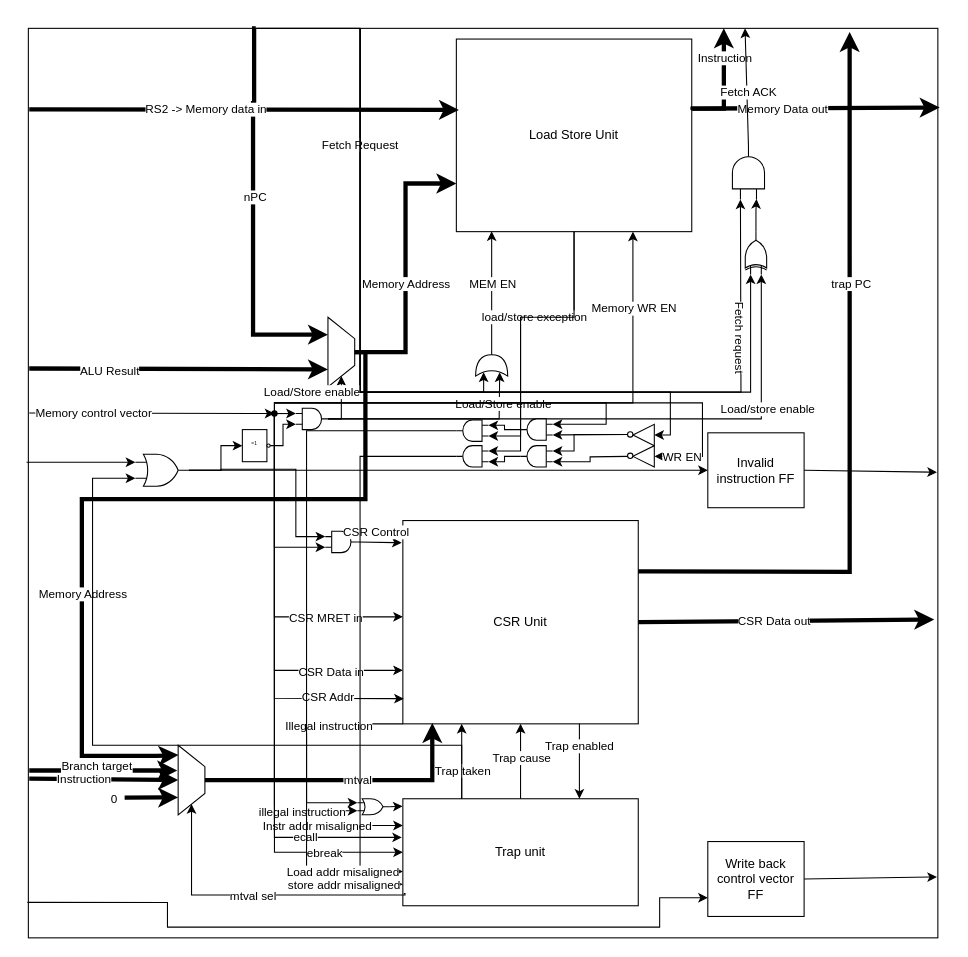
Earlier version of the draw.io diagram page "Memory stage" (5 of 6) of cpu/doc/block diagrams/pipeline stages.drawio (bittnert/icebreaker). Source tidied: cells renumbered, new cells numbered last; positions are measured from the earlier drawing's top-left corner, leaving out a move shared by most shapes. Both pictures are drawn from the tidied source at 107%, with x=0, y=0 at pixel (28, 28).
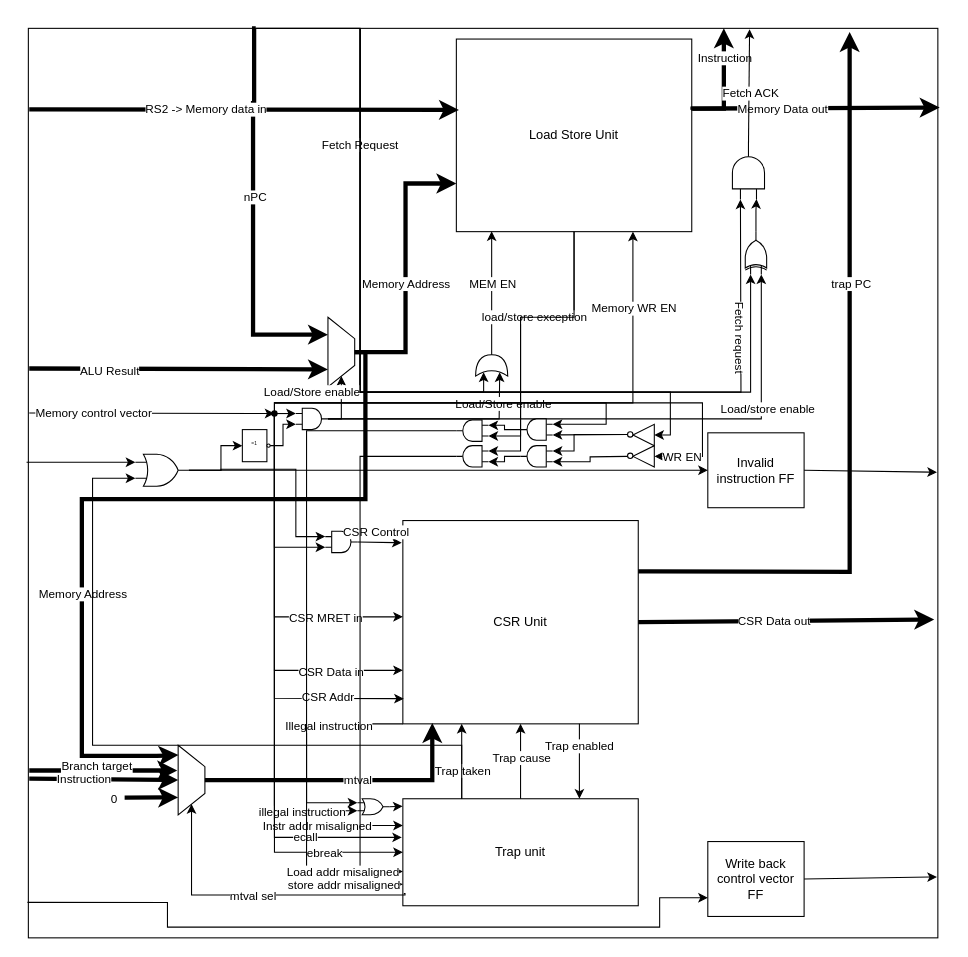
The same page after the edit.

The change refers to these unchanged cells:
```xml
<mxCell id="3" style="rounded=0;whiteSpace=wrap;html=1;" parent="1" vertex="1">
  <mxGeometry width="850" height="850" as="geometry" />
</mxCell>
<mxCell id="29" style="verticalLabelPosition=bottom;shadow=0;dashed=0;align=center;html=1;verticalAlign=top;shape=mxgraph.electrical.logic_gates.logic_gate;operation=and;rotation=-90;" parent="1" vertex="1">
  <mxGeometry x="648" y="120" width="50" height="30" as="geometry" />
</mxCell>
```

Change to the diagram source:
```diff
@@
-    <mxCell id="35" style="endArrow=classic;html=1;rounded=0;entryX=0.788;entryY=0;entryDx=0;entryDy=0;exitX=1;exitY=0.5;exitDx=0;exitDy=0;exitPerimeter=0;entryPerimeter=0;" parent="1" edge="1" source="29" target="3">
+    <mxCell id="35" style="endArrow=classic;html=1;rounded=0;entryX=0.793;entryY=0.001;entryDx=0;entryDy=0;exitX=1;exitY=0.5;exitDx=0;exitDy=0;exitPerimeter=0;entryPerimeter=0;" parent="1" edge="1" source="29" target="3">
       <mxGeometry relative="1" as="geometry" />
     </mxCell>
```
